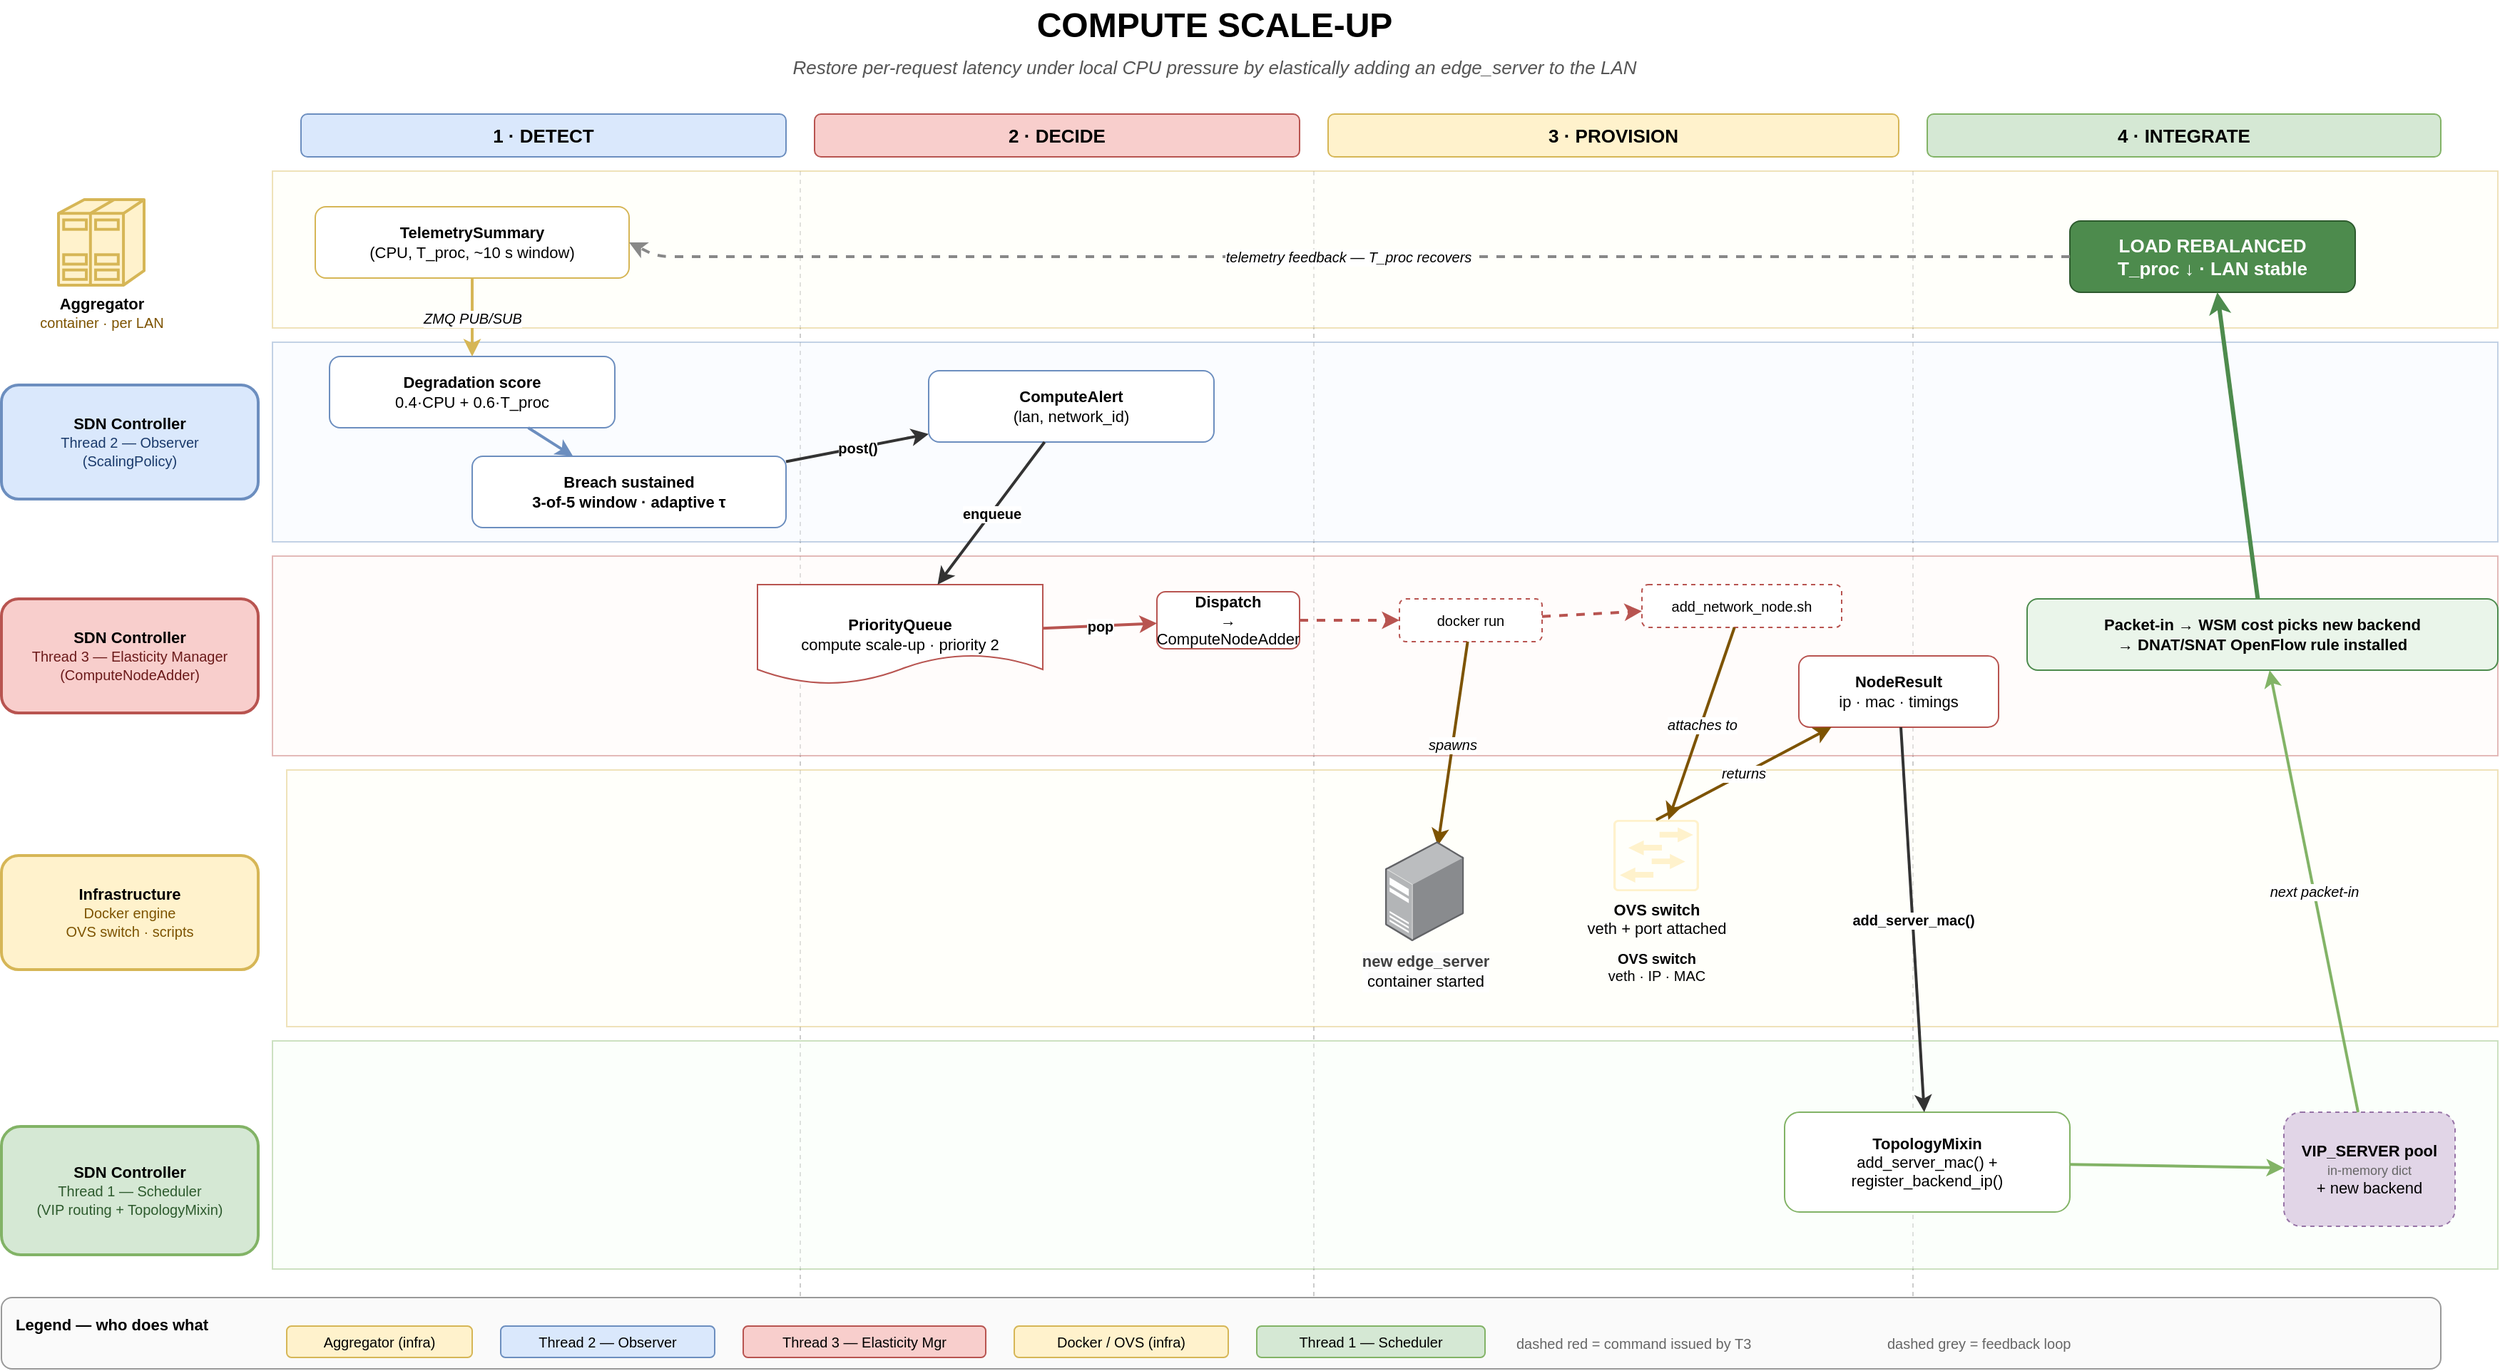
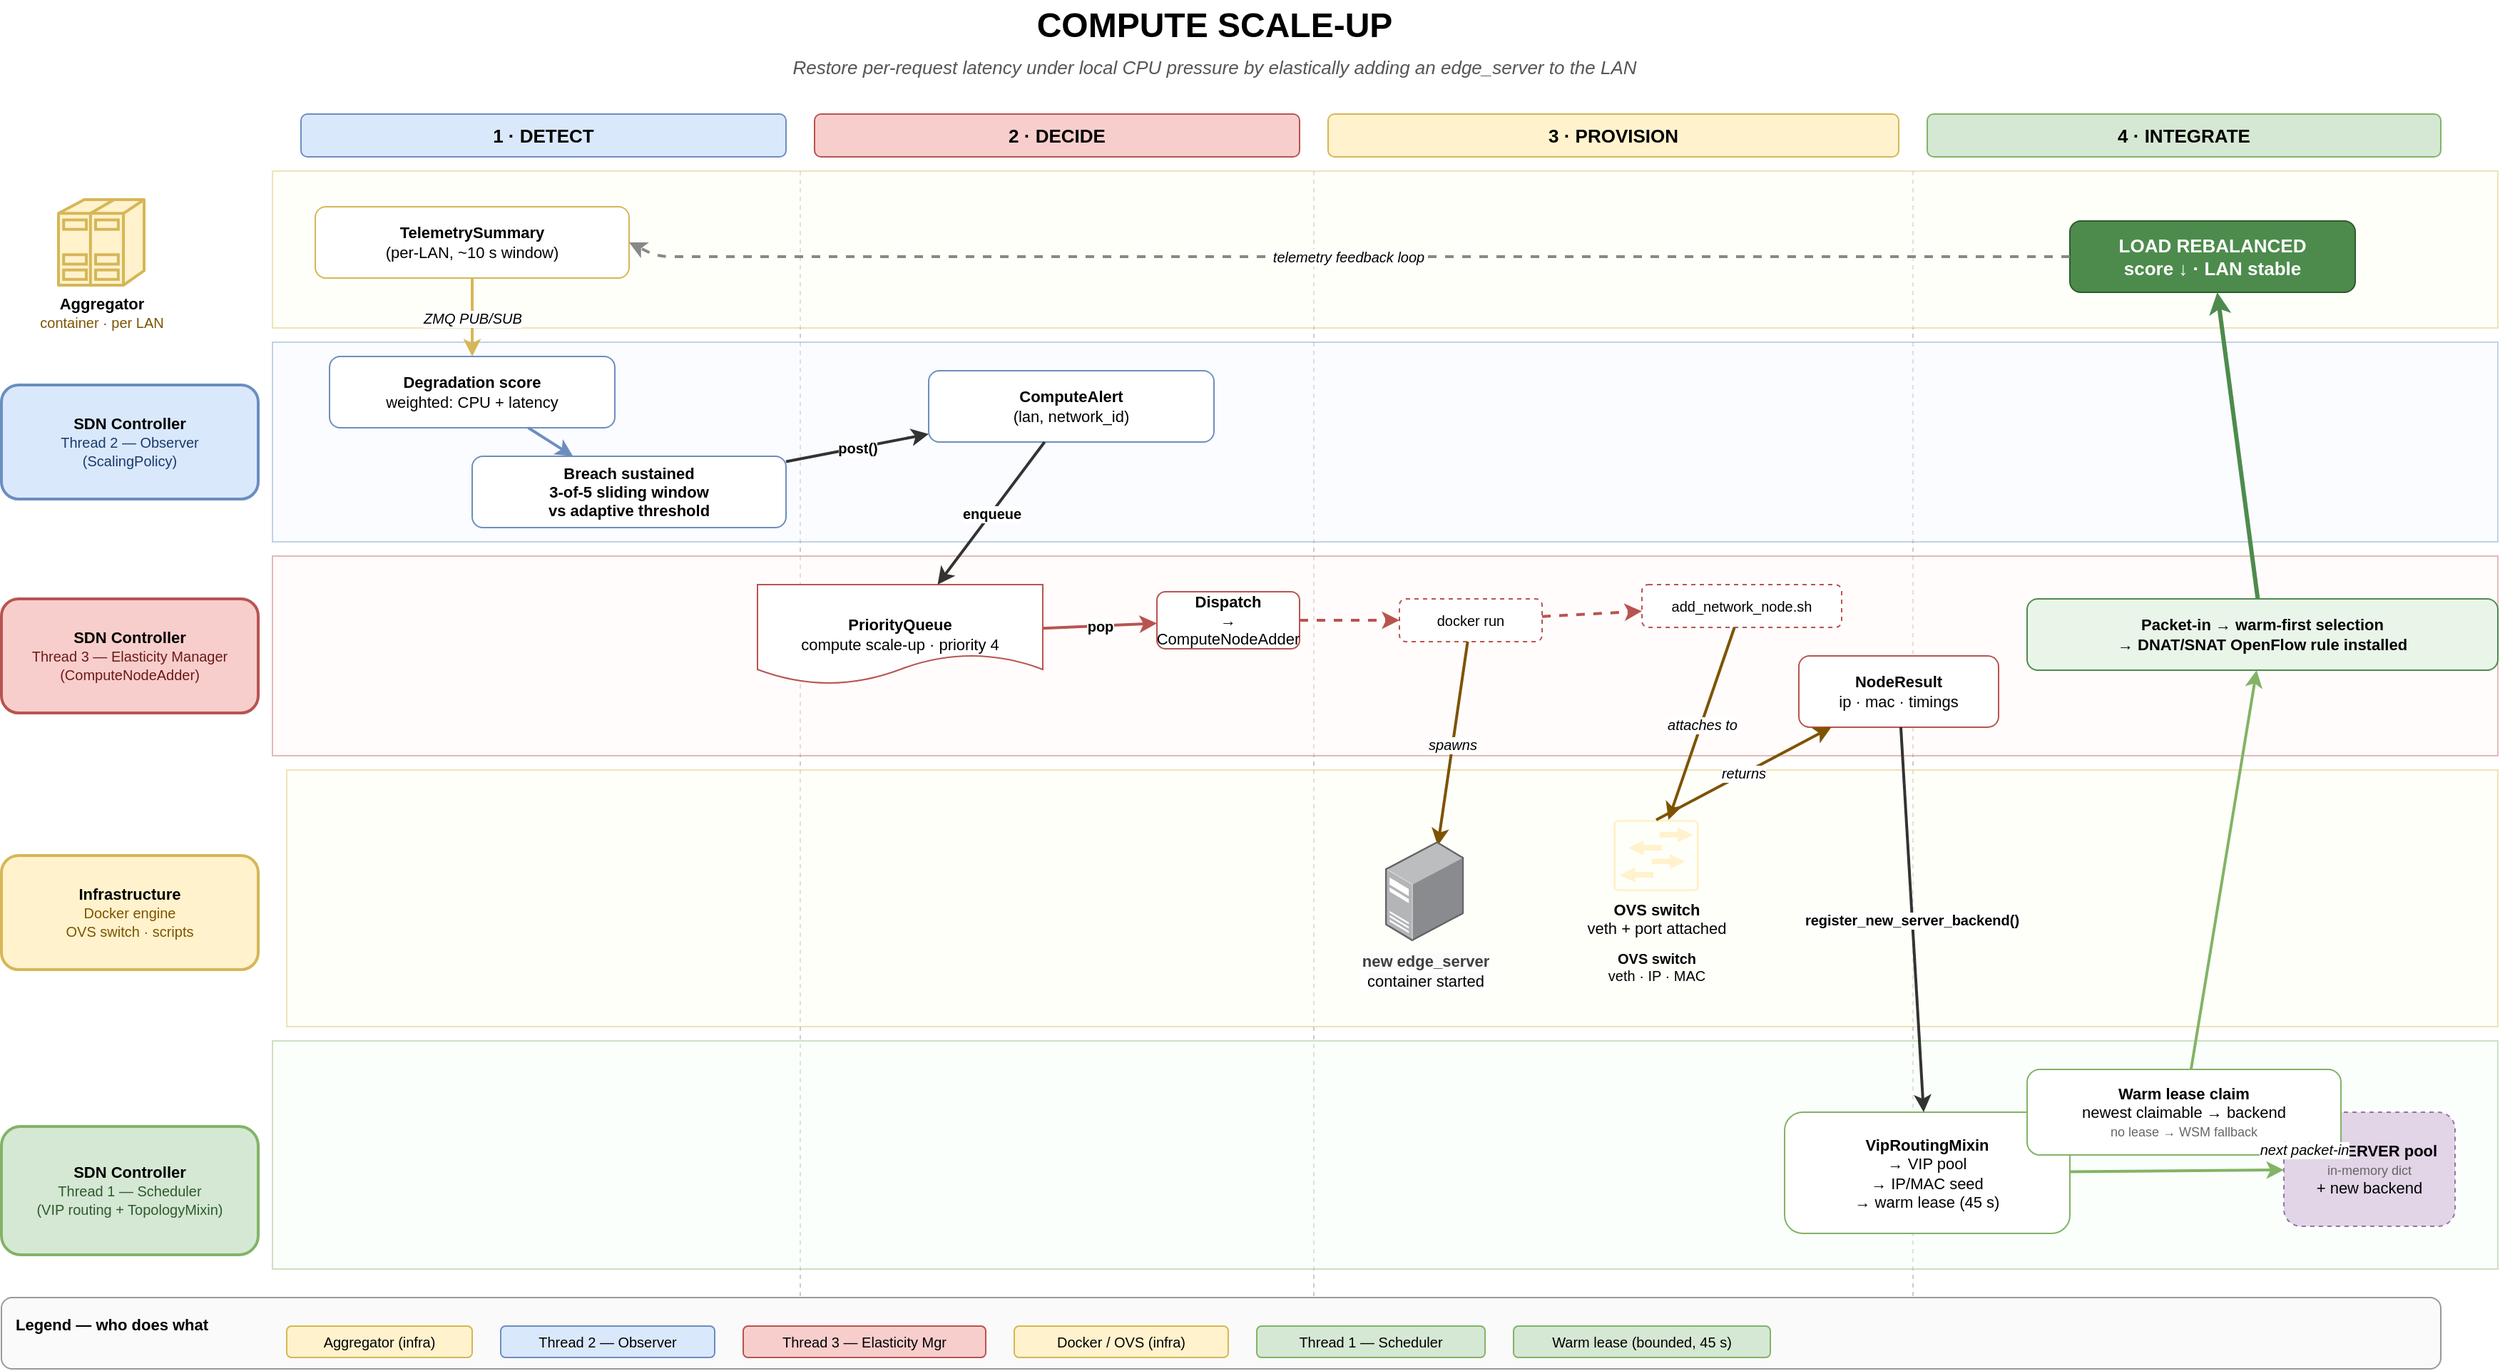
<mxfile host="65bd71144e">
    <diagram id="compute-scale-up" name="Compute Scale-Up">
        <mxGraphModel dx="816" dy="651" grid="1" gridSize="10" guides="1" tooltips="1" connect="1" arrows="1" fold="1" page="1" pageScale="1" pageWidth="1800" pageHeight="1000" background="#FFFFFF" math="0" shadow="0">
            <root>
                <mxCell id="0"/>
                <mxCell id="1" parent="0"/>
                <mxCell id="title" value="COMPUTE SCALE-UP" style="text;html=1;strokeColor=none;fillColor=none;align=center;verticalAlign=middle;fontSize=24;fontStyle=1;" parent="1" vertex="1">
                    <mxGeometry x="600" y="20" width="600" height="36" as="geometry"/>
                </mxCell>
                <mxCell id="subtitle" value="Restore per-request latency under local CPU pressure by elastically adding an edge_server to the LAN" style="text;html=1;strokeColor=none;fillColor=none;align=center;verticalAlign=middle;fontSize=13;fontStyle=2;fontColor=#555555;" parent="1" vertex="1">
                    <mxGeometry x="400" y="56" width="1000" height="22" as="geometry"/>
                </mxCell>
                <mxCell id="ph1" value="1 · DETECT" style="rounded=1;whiteSpace=wrap;html=1;fillColor=#dae8fc;strokeColor=#6c8ebf;fontSize=13;fontStyle=1;" parent="1" vertex="1">
                    <mxGeometry x="260" y="100" width="340" height="30" as="geometry"/>
                </mxCell>
                <mxCell id="ph2" value="2 · DECIDE" style="rounded=1;whiteSpace=wrap;html=1;fillColor=#f8cecc;strokeColor=#b85450;fontSize=13;fontStyle=1;" parent="1" vertex="1">
                    <mxGeometry x="620" y="100" width="340" height="30" as="geometry"/>
                </mxCell>
                <mxCell id="ph3" value="3 · PROVISION" style="rounded=1;whiteSpace=wrap;html=1;fillColor=#fff2cc;strokeColor=#d6b656;fontSize=13;fontStyle=1;" parent="1" vertex="1">
                    <mxGeometry x="980" y="100" width="400" height="30" as="geometry"/>
                </mxCell>
                <mxCell id="ph4" value="4 · INTEGRATE" style="rounded=1;whiteSpace=wrap;html=1;fillColor=#d5e8d4;strokeColor=#82b366;fontSize=13;fontStyle=1;" parent="1" vertex="1">
                    <mxGeometry x="1400" y="100" width="360" height="30" as="geometry"/>
                </mxCell>
                <mxCell id="sep1" style="endArrow=none;html=1;strokeColor=#cccccc;dashed=1;" parent="1" edge="1">
                    <mxGeometry relative="1" as="geometry">
                        <mxPoint x="610" y="140" as="sourcePoint"/>
                        <mxPoint x="610" y="960" as="targetPoint"/>
                    </mxGeometry>
                </mxCell>
                <mxCell id="sep2" style="endArrow=none;html=1;strokeColor=#cccccc;dashed=1;" parent="1" edge="1">
                    <mxGeometry relative="1" as="geometry">
                        <mxPoint x="970" y="140" as="sourcePoint"/>
                        <mxPoint x="970" y="960" as="targetPoint"/>
                    </mxGeometry>
                </mxCell>
                <mxCell id="sep3" style="endArrow=none;html=1;strokeColor=#cccccc;dashed=1;" parent="1" edge="1">
                    <mxGeometry relative="1" as="geometry">
                        <mxPoint x="1390" y="140" as="sourcePoint"/>
                        <mxPoint x="1390" y="960" as="targetPoint"/>
                    </mxGeometry>
                </mxCell>
                <mxCell id="lane_agg" value="" style="rounded=0;whiteSpace=wrap;html=1;fillColor=#fffef2;strokeColor=#d6b656;opacity=40;" parent="1" vertex="1">
                    <mxGeometry x="240" y="140" width="1560" height="110" as="geometry"/>
                </mxCell>
                <mxCell id="lane_agg_hdr" value="&lt;b&gt;Aggregator&lt;/b&gt;&lt;br/&gt;&lt;span style=&quot;font-size:10px;color:#7d5300&quot;&gt;container · per LAN&lt;/span&gt;" style="shape=mxgraph.cisco.servers.standard_host;html=1;pointerEvents=1;dashed=0;fillColor=#fff2cc;strokeColor=#d6b656;strokeWidth=2;verticalLabelPosition=bottom;verticalAlign=top;align=center;outlineConnect=0;fontSize=11;" parent="1" vertex="1">
                    <mxGeometry x="90" y="160" width="60" height="60" as="geometry"/>
                </mxCell>
                <mxCell id="lane_t2" value="" style="rounded=0;whiteSpace=wrap;html=1;fillColor=#f2f7ff;strokeColor=#6c8ebf;opacity=40;" parent="1" vertex="1">
                    <mxGeometry x="240" y="260" width="1560" height="140" as="geometry"/>
                </mxCell>
                <mxCell id="lane_t2_hdr" value="&lt;b&gt;SDN Controller&lt;/b&gt;&lt;br/&gt;&lt;span style=&quot;font-size:10px;color:#1a3a6b&quot;&gt;Thread 2 — Observer&lt;/span&gt;&lt;br/&gt;&lt;span style=&quot;font-size:10px;color:#1a3a6b&quot;&gt;(ScalingPolicy)&lt;/span&gt;" style="rounded=1;whiteSpace=wrap;html=1;fillColor=#dae8fc;strokeColor=#6c8ebf;fontSize=11;strokeWidth=2;" parent="1" vertex="1">
                    <mxGeometry x="50" y="290" width="180" height="80" as="geometry"/>
                </mxCell>
                <mxCell id="lane_t3" value="" style="rounded=0;whiteSpace=wrap;html=1;fillColor=#fff7f6;strokeColor=#b85450;opacity=40;" parent="1" vertex="1">
                    <mxGeometry x="240" y="410" width="1560" height="140" as="geometry"/>
                </mxCell>
                <mxCell id="lane_t3_hdr" value="&lt;b&gt;SDN Controller&lt;/b&gt;&lt;br/&gt;&lt;span style=&quot;font-size:10px;color:#6b1a1a&quot;&gt;Thread 3 — Elasticity Manager&lt;/span&gt;&lt;br/&gt;&lt;span style=&quot;font-size:10px;color:#6b1a1a&quot;&gt;(ComputeNodeAdder)&lt;/span&gt;" style="rounded=1;whiteSpace=wrap;html=1;fillColor=#f8cecc;strokeColor=#b85450;fontSize=11;strokeWidth=2;" parent="1" vertex="1">
                    <mxGeometry x="50" y="440" width="180" height="80" as="geometry"/>
                </mxCell>
                <mxCell id="lane_infra" value="" style="rounded=0;whiteSpace=wrap;html=1;fillColor=#fffef2;strokeColor=#d6b656;opacity=40;" parent="1" vertex="1">
                    <mxGeometry x="250" y="560" width="1550" height="180" as="geometry"/>
                </mxCell>
                <mxCell id="lane_infra_hdr" value="&lt;b&gt;Infrastructure&lt;/b&gt;&lt;br/&gt;&lt;span style=&quot;font-size:10px;color:#7d5300&quot;&gt;Docker engine&lt;/span&gt;&lt;br/&gt;&lt;span style=&quot;font-size:10px;color:#7d5300&quot;&gt;OVS switch · scripts&lt;/span&gt;" style="rounded=1;whiteSpace=wrap;html=1;fillColor=#fff2cc;strokeColor=#d6b656;fontSize=11;strokeWidth=2;" parent="1" vertex="1">
                    <mxGeometry x="50" y="620" width="180" height="80" as="geometry"/>
                </mxCell>
                <mxCell id="lane_t1" value="" style="rounded=0;whiteSpace=wrap;html=1;fillColor=#f6fff4;strokeColor=#82b366;opacity=40;" parent="1" vertex="1">
                    <mxGeometry x="240" y="750" width="1560" height="160" as="geometry"/>
                </mxCell>
                <mxCell id="lane_t1_hdr" value="&lt;b&gt;SDN Controller&lt;/b&gt;&lt;br/&gt;&lt;span style=&quot;font-size:10px;color:#2d5a2d&quot;&gt;Thread 1 — Scheduler&lt;/span&gt;&lt;br/&gt;&lt;span style=&quot;font-size:10px;color:#2d5a2d&quot;&gt;(VIP routing + TopologyMixin)&lt;/span&gt;" style="rounded=1;whiteSpace=wrap;html=1;fillColor=#d5e8d4;strokeColor=#82b366;fontSize=11;strokeWidth=2;" parent="1" vertex="1">
                    <mxGeometry x="50" y="810" width="180" height="90" as="geometry"/>
                </mxCell>
-                 <mxCell id="n_agg_pub" value="&lt;b&gt;TelemetrySummary&lt;/b&gt;&lt;br/&gt;(CPU, T_proc, ~10 s window)" style="rounded=1;whiteSpace=wrap;html=1;fillColor=#ffffff;strokeColor=#d6b656;fontSize=11;" parent="1" vertex="1">
+                 <mxCell id="n_agg_pub" value="&lt;b&gt;TelemetrySummary&lt;/b&gt;&lt;br/&gt;(per-LAN, ~10 s window)" style="rounded=1;whiteSpace=wrap;html=1;fillColor=#ffffff;strokeColor=#d6b656;fontSize=11;" parent="1" vertex="1">
                    <mxGeometry x="270" y="165" width="220" height="50" as="geometry"/>
                </mxCell>
-                 <mxCell id="n_t2_score" value="&lt;b&gt;Degradation score&lt;/b&gt;&lt;br/&gt;0.4·CPU + 0.6·T_proc" style="rounded=1;whiteSpace=wrap;html=1;fillColor=#ffffff;strokeColor=#6c8ebf;fontSize=11;" parent="1" vertex="1">
+                 <mxCell id="n_t2_score" value="&lt;b&gt;Degradation score&lt;/b&gt;&lt;br/&gt;weighted: CPU + latency" style="rounded=1;whiteSpace=wrap;html=1;fillColor=#ffffff;strokeColor=#6c8ebf;fontSize=11;" parent="1" vertex="1">
                    <mxGeometry x="280" y="270" width="200" height="50" as="geometry"/>
                </mxCell>
-                 <mxCell id="n_t2_window" value="&lt;b&gt;Breach sustained&lt;/b&gt;&lt;br/&gt;3-of-5 window · adaptive τ" style="rounded=1;whiteSpace=wrap;html=1;fillColor=#ffffff;strokeColor=#6c8ebf;fontSize=11;fontStyle=1;" parent="1" vertex="1">
+                 <mxCell id="n_t2_window" value="&lt;b&gt;Breach sustained&lt;/b&gt;&lt;br/&gt;3-of-5 sliding window&lt;br/&gt;vs adaptive threshold" style="rounded=1;whiteSpace=wrap;html=1;fillColor=#ffffff;strokeColor=#6c8ebf;fontSize=11;fontStyle=1;" parent="1" vertex="1">
                    <mxGeometry x="380" y="340" width="220" height="50" as="geometry"/>
                </mxCell>
                <mxCell id="n_alert" value="&lt;b&gt;ComputeAlert&lt;/b&gt;&lt;br/&gt;(lan, network_id)" style="rounded=1;whiteSpace=wrap;html=1;fillColor=#ffffff;strokeColor=#6c8ebf;fontSize=11;" parent="1" vertex="1">
                    <mxGeometry x="700" y="280" width="200" height="50" as="geometry"/>
                </mxCell>
-                 <mxCell id="n_t3_queue" value="&lt;b&gt;PriorityQueue&lt;/b&gt;&lt;br&gt;compute scale-up · priority 2" style="shape=document;whiteSpace=wrap;html=1;fillColor=#ffffff;strokeColor=#b85450;fontSize=11;" parent="1" vertex="1">
+                 <mxCell id="n_t3_queue" value="&lt;b&gt;PriorityQueue&lt;/b&gt;&lt;br&gt;compute scale-up · priority 4" style="shape=document;whiteSpace=wrap;html=1;fillColor=#ffffff;strokeColor=#b85450;fontSize=11;" parent="1" vertex="1">
                    <mxGeometry x="580" y="430" width="200" height="70" as="geometry"/>
                </mxCell>
                <mxCell id="n_t3_dispatch" value="&lt;b&gt;Dispatch&lt;/b&gt;&lt;br/&gt;→ ComputeNodeAdder" style="rounded=1;whiteSpace=wrap;html=1;fillColor=#ffffff;strokeColor=#b85450;fontSize=11;" parent="1" vertex="1">
                    <mxGeometry x="860" y="435" width="100" height="40" as="geometry"/>
                </mxCell>
                <mxCell id="n_t3_cmd1" value="docker run" style="rounded=1;whiteSpace=wrap;html=1;fillColor=#ffffff;strokeColor=#b85450;fontSize=10;dashed=1;" parent="1" vertex="1">
                    <mxGeometry x="1030" y="440" width="100" height="30" as="geometry"/>
                </mxCell>
                <mxCell id="n_t3_cmd2" value="add_network_node.sh" style="rounded=1;whiteSpace=wrap;html=1;fillColor=#ffffff;strokeColor=#b85450;fontSize=10;dashed=1;" parent="1" vertex="1">
                    <mxGeometry x="1200" y="430" width="140" height="30" as="geometry"/>
                </mxCell>
                <mxCell id="n_t3_result" value="&lt;b&gt;NodeResult&lt;/b&gt;&lt;br/&gt;ip · mac · timings" style="rounded=1;whiteSpace=wrap;html=1;fillColor=#ffffff;strokeColor=#b85450;fontSize=11;" parent="1" vertex="1">
                    <mxGeometry x="1310" y="480" width="140" height="50" as="geometry"/>
                </mxCell>
                <mxCell id="n_ovs_lbl" value="&lt;b&gt;OVS switch&lt;/b&gt;&lt;br/&gt;veth · IP · MAC" style="text;html=1;align=center;fontSize=10;" parent="1" vertex="1">
                    <mxGeometry x="1160" y="680" width="100" height="30" as="geometry"/>
                </mxCell>
                <mxCell id="n_ovs" value="&lt;b&gt;OVS switch&lt;/b&gt;&lt;br/&gt;veth + port attached" style="shape=mxgraph.cisco19.l2_switch;html=1;fillColor=#fff2cc;strokeColor=#d6b656;strokeWidth=2;verticalLabelPosition=bottom;verticalAlign=top;align=center;outlineConnect=0;fontSize=11;" parent="1" vertex="1">
                    <mxGeometry x="1180" y="595" width="60" height="50" as="geometry"/>
                </mxCell>
-                 <mxCell id="n_topo" value="&lt;b&gt;TopologyMixin&lt;/b&gt;&lt;br/&gt;add_server_mac() +&lt;br/&gt;register_backend_ip()" style="rounded=1;whiteSpace=wrap;html=1;fillColor=#ffffff;strokeColor=#82b366;fontSize=11;" parent="1" vertex="1">
-                     <mxGeometry x="1300" y="800" width="200" height="70" as="geometry"/>
+                 <mxCell id="n_topo" value="&lt;b&gt;VipRoutingMixin&lt;/b&gt;&lt;br/&gt;→ VIP pool&lt;br/&gt;→ IP/MAC seed&lt;br/&gt;→ warm lease (45 s)" style="rounded=1;whiteSpace=wrap;html=1;fillColor=#ffffff;strokeColor=#82b366;fontSize=11;" parent="1" vertex="1">
+                     <mxGeometry x="1300" y="800" width="200" height="85" as="geometry"/>
                </mxCell>
                <mxCell id="n_vip_pool" value="&lt;b&gt;VIP_SERVER pool&lt;/b&gt;&lt;br/&gt;&lt;span style=&quot;font-size:9px;color:#666&quot;&gt;in-memory dict&lt;/span&gt;&lt;br/&gt;+ new backend" style="rounded=1;whiteSpace=wrap;html=1;fillColor=#e1d5e7;strokeColor=#9673a6;fontSize=11;dashed=1;" parent="1" vertex="1">
                    <mxGeometry x="1650" y="800" width="120" height="80" as="geometry"/>
                </mxCell>
-                 <mxCell id="n_wsm" value="&lt;b&gt;Packet-in&lt;/b&gt; → WSM cost picks new backend&lt;br/&gt;→ DNAT/SNAT OpenFlow rule installed" style="rounded=1;whiteSpace=wrap;html=1;fillColor=#eaf5ea;strokeColor=#4d8b4d;fontSize=11;fontStyle=1;" parent="1" vertex="1">
+                 <mxCell id="n_warm_claim" value="&lt;b&gt;Warm lease claim&lt;/b&gt;&lt;br/&gt;newest claimable → backend&lt;br/&gt;&lt;span style=&quot;font-size:9px;color:#666&quot;&gt;no lease → WSM fallback&lt;/span&gt;" style="rounded=1;whiteSpace=wrap;html=1;fillColor=#ffffff;strokeColor=#82b366;fontSize=11;" parent="1" vertex="1">
+                     <mxGeometry x="1470" y="770" width="220" height="60" as="geometry"/>
+                 </mxCell>
+                 <mxCell id="n_wsm" value="&lt;b&gt;Packet-in&lt;/b&gt; → warm-first selection&lt;br/&gt;→ DNAT/SNAT OpenFlow rule installed" style="rounded=1;whiteSpace=wrap;html=1;fillColor=#eaf5ea;strokeColor=#4d8b4d;fontSize=11;fontStyle=1;" parent="1" vertex="1">
                    <mxGeometry x="1470" y="440" width="330" height="50" as="geometry"/>
                </mxCell>
-                 <mxCell id="n_goal" value="&lt;b&gt;LOAD REBALANCED&lt;/b&gt;&lt;br/&gt;T_proc ↓ · LAN stable" style="rounded=1;whiteSpace=wrap;html=1;fillColor=#4d8b4d;fontColor=#ffffff;strokeColor=#2d5a2d;fontSize=13;fontStyle=1;" parent="1" vertex="1">
+                 <mxCell id="n_goal" value="&lt;b&gt;LOAD REBALANCED&lt;/b&gt;&lt;br/&gt;score ↓ · LAN stable" style="rounded=1;whiteSpace=wrap;html=1;fillColor=#4d8b4d;fontColor=#ffffff;strokeColor=#2d5a2d;fontSize=13;fontStyle=1;" parent="1" vertex="1">
                    <mxGeometry x="1500" y="175" width="200" height="50" as="geometry"/>
                </mxCell>
                <mxCell id="e_pub" value="ZMQ PUB/SUB" style="endArrow=classic;html=1;strokeColor=#d6b656;strokeWidth=2;fontSize=10;fontStyle=2;labelBackgroundColor=#ffffff;" parent="1" source="n_agg_pub" target="n_t2_score" edge="1">
                    <mxGeometry relative="1" as="geometry"/>
                </mxCell>
                <mxCell id="e_score" style="endArrow=classic;html=1;strokeColor=#6c8ebf;strokeWidth=2;" parent="1" source="n_t2_score" target="n_t2_window" edge="1">
                    <mxGeometry relative="1" as="geometry"/>
                </mxCell>
                <mxCell id="e_post" value="post()" style="endArrow=classic;html=1;strokeColor=#333333;strokeWidth=2;fontSize=10;fontStyle=1;labelBackgroundColor=#ffffff;" parent="1" source="n_t2_window" target="n_alert" edge="1">
                    <mxGeometry relative="1" as="geometry"/>
                </mxCell>
                <mxCell id="e_enqueue" value="enqueue" style="endArrow=classic;html=1;strokeColor=#333333;strokeWidth=2;fontSize=10;fontStyle=1;labelBackgroundColor=#ffffff;" parent="1" source="n_alert" target="n_t3_queue" edge="1">
                    <mxGeometry relative="1" as="geometry"/>
                </mxCell>
                <mxCell id="e_pop" value="pop" style="endArrow=classic;html=1;strokeColor=#b85450;strokeWidth=2;fontSize=10;fontStyle=1;labelBackgroundColor=#ffffff;" parent="1" source="n_t3_queue" target="n_t3_dispatch" edge="1">
                    <mxGeometry relative="1" as="geometry"/>
                </mxCell>
                <mxCell id="e_cmd1" style="endArrow=classic;html=1;strokeColor=#b85450;strokeWidth=2;dashed=1;" parent="1" source="n_t3_dispatch" target="n_t3_cmd1" edge="1">
                    <mxGeometry relative="1" as="geometry"/>
                </mxCell>
                <mxCell id="e_cmd2" style="endArrow=classic;html=1;strokeColor=#b85450;strokeWidth=2;dashed=1;" parent="1" source="n_t3_cmd1" target="n_t3_cmd2" edge="1">
                    <mxGeometry relative="1" as="geometry"/>
                </mxCell>
                <mxCell id="e_docker" value="spawns" style="endArrow=classic;html=1;strokeColor=#7d5300;strokeWidth=2;fontSize=10;fontStyle=2;labelBackgroundColor=#ffffff;entryX=0.668;entryY=0.045;entryDx=0;entryDy=0;entryPerimeter=0;" parent="1" source="n_t3_cmd1" target="3" edge="1">
                    <mxGeometry relative="1" as="geometry">
                        <mxPoint x="1054.1666666666667" y="610" as="targetPoint"/>
                    </mxGeometry>
                </mxCell>
                <mxCell id="e_attach" value="attaches to" style="endArrow=classic;html=1;strokeColor=#7d5300;strokeWidth=2;fontSize=10;fontStyle=2;labelBackgroundColor=#ffffff;" parent="1" source="n_t3_cmd2" target="n_ovs" edge="1">
                    <mxGeometry relative="1" as="geometry"/>
                </mxCell>
                <mxCell id="e_noderes" value="returns" style="endArrow=classic;html=1;strokeColor=#7d5300;strokeWidth=2;fontSize=10;fontStyle=2;labelBackgroundColor=#ffffff;exitX=0.5;exitY=0;exitDx=0;exitDy=0;" parent="1" source="n_ovs" target="n_t3_result" edge="1">
                    <mxGeometry relative="1" as="geometry"/>
                </mxCell>
-                 <mxCell id="e_publish" value="add_server_mac()" style="endArrow=classic;html=1;strokeColor=#333333;strokeWidth=2;fontSize=10;fontStyle=1;labelBackgroundColor=#ffffff;" parent="1" source="n_t3_result" target="n_topo" edge="1">
+                 <mxCell id="e_publish" value="register_new_server_backend()" style="endArrow=classic;html=1;strokeColor=#333333;strokeWidth=2;fontSize=10;fontStyle=1;labelBackgroundColor=#ffffff;" parent="1" source="n_t3_result" target="n_topo" edge="1">
                    <mxGeometry relative="1" as="geometry"/>
                </mxCell>
                <mxCell id="e_pool" style="endArrow=classic;html=1;strokeColor=#82b366;strokeWidth=2;" parent="1" source="n_topo" target="n_vip_pool" edge="1">
                    <mxGeometry relative="1" as="geometry"/>
                </mxCell>
-                 <mxCell id="e_wsm" value="next packet-in" style="endArrow=classic;html=1;strokeColor=#82b366;strokeWidth=2;fontSize=10;fontStyle=2;labelBackgroundColor=#ffffff;" parent="1" source="n_vip_pool" target="n_wsm" edge="1">
+                 <mxCell id="e_warm_pool" value="next packet-in" style="endArrow=classic;html=1;strokeColor=#82b366;strokeWidth=2;fontSize=10;fontStyle=2;labelBackgroundColor=#ffffff;" parent="1" source="n_vip_pool" target="n_warm_claim" edge="1">
+                     <mxGeometry relative="1" as="geometry"/>
+                 </mxCell>
+                 <mxCell id="e_wsm" style="endArrow=classic;html=1;strokeColor=#82b366;strokeWidth=2;" parent="1" source="n_warm_claim" target="n_wsm" edge="1">
                    <mxGeometry relative="1" as="geometry"/>
                </mxCell>
                <mxCell id="e_goal" style="endArrow=classic;html=1;strokeColor=#4d8b4d;strokeWidth=3;" parent="1" source="n_wsm" target="n_goal" edge="1">
                    <mxGeometry relative="1" as="geometry"/>
                </mxCell>
-                 <mxCell id="e_feedback" value="telemetry feedback — T_proc recovers" style="endArrow=classic;html=1;dashed=1;strokeColor=#888888;strokeWidth=2;fontSize=10;fontStyle=2;labelBackgroundColor=#ffffff;exitX=0;exitY=0.5;exitDx=0;exitDy=0;entryX=1;entryY=0.5;entryDx=0;entryDy=0;" parent="1" source="n_goal" target="n_agg_pub" edge="1">
+                 <mxCell id="e_feedback" value="telemetry feedback loop" style="endArrow=classic;html=1;dashed=1;strokeColor=#888888;strokeWidth=2;fontSize=10;fontStyle=2;labelBackgroundColor=#ffffff;exitX=0;exitY=0.5;exitDx=0;exitDy=0;entryX=1;entryY=0.5;entryDx=0;entryDy=0;" parent="1" source="n_goal" target="n_agg_pub" edge="1">
                    <mxGeometry relative="1" as="geometry">
                        <Array as="points">
                            <mxPoint x="1000" y="200"/>
                            <mxPoint x="510" y="200"/>
                        </Array>
                    </mxGeometry>
                </mxCell>
                <mxCell id="legend_box" value="Legend — who does what" style="rounded=1;whiteSpace=wrap;html=1;fillColor=#fafafa;strokeColor=#999999;fontSize=11;fontStyle=1;align=left;verticalAlign=top;spacingLeft=8;spacingTop=6;" parent="1" vertex="1">
                    <mxGeometry x="50" y="930" width="1710" height="50" as="geometry"/>
                </mxCell>
                <mxCell id="leg_agg" value="Aggregator (infra)" style="rounded=1;whiteSpace=wrap;html=1;fillColor=#fff2cc;strokeColor=#d6b656;fontSize=10;" parent="1" vertex="1">
                    <mxGeometry x="250" y="950" width="130" height="22" as="geometry"/>
                </mxCell>
                <mxCell id="leg_t2" value="Thread 2 — Observer" style="rounded=1;whiteSpace=wrap;html=1;fillColor=#dae8fc;strokeColor=#6c8ebf;fontSize=10;" parent="1" vertex="1">
                    <mxGeometry x="400" y="950" width="150" height="22" as="geometry"/>
                </mxCell>
                <mxCell id="leg_t3" value="Thread 3 — Elasticity Mgr" style="rounded=1;whiteSpace=wrap;html=1;fillColor=#f8cecc;strokeColor=#b85450;fontSize=10;" parent="1" vertex="1">
                    <mxGeometry x="570" y="950" width="170" height="22" as="geometry"/>
                </mxCell>
                <mxCell id="leg_infra2" value="Docker / OVS (infra)" style="rounded=1;whiteSpace=wrap;html=1;fillColor=#fff2cc;strokeColor=#d6b656;fontSize=10;" parent="1" vertex="1">
                    <mxGeometry x="760" y="950" width="150" height="22" as="geometry"/>
                </mxCell>
                <mxCell id="leg_t1" value="Thread 1 — Scheduler" style="rounded=1;whiteSpace=wrap;html=1;fillColor=#d5e8d4;strokeColor=#82b366;fontSize=10;" parent="1" vertex="1">
                    <mxGeometry x="930" y="950" width="160" height="22" as="geometry"/>
                </mxCell>
-                 <mxCell id="leg_cmd" value="dashed red = command issued by T3" style="text;html=1;align=left;fontSize=10;fontColor=#666666;" parent="1" vertex="1">
-                     <mxGeometry x="1110" y="950" width="250" height="22" as="geometry"/>
-                 </mxCell>
-                 <mxCell id="leg_fb" value="dashed grey = feedback loop" style="text;html=1;align=left;fontSize=10;fontColor=#666666;" parent="1" vertex="1">
-                     <mxGeometry x="1370" y="950" width="230" height="22" as="geometry"/>
+                 <mxCell id="leg_warm" value="Warm lease (bounded, 45 s)" style="rounded=1;whiteSpace=wrap;html=1;fillColor=#d5e8d4;strokeColor=#82b366;fontSize=10;" parent="1" vertex="1">
+                     <mxGeometry x="1110" y="950" width="180" height="22" as="geometry"/>
                </mxCell>
                <mxCell id="3" value="&lt;b style=&quot;color: rgb(63, 63, 63); scrollbar-color: rgb(226, 226, 226) rgb(251, 251, 251); font-size: 11px; background-color: rgb(251, 251, 251);&quot;&gt;new edge_server&lt;/b&gt;&lt;br style=&quot;color: rgb(63, 63, 63); scrollbar-color: rgb(226, 226, 226) rgb(251, 251, 251); font-size: 11px; background-color: rgb(251, 251, 251);&quot;&gt;&lt;span style=&quot;color: rgb(0, 0, 0); font-size: 11px; background-color: rgb(251, 251, 251);&quot;&gt;container started&lt;/span&gt;" style="image;points=[];aspect=fixed;html=1;align=center;shadow=0;dashed=0;image=img/lib/allied_telesis/computer_and_terminals/Server_Desktop.svg;" parent="1" vertex="1">
                    <mxGeometry x="1020" y="610" width="55.22" height="70" as="geometry"/>
                </mxCell>
            </root>
        </mxGraphModel>
    </diagram>
</mxfile>